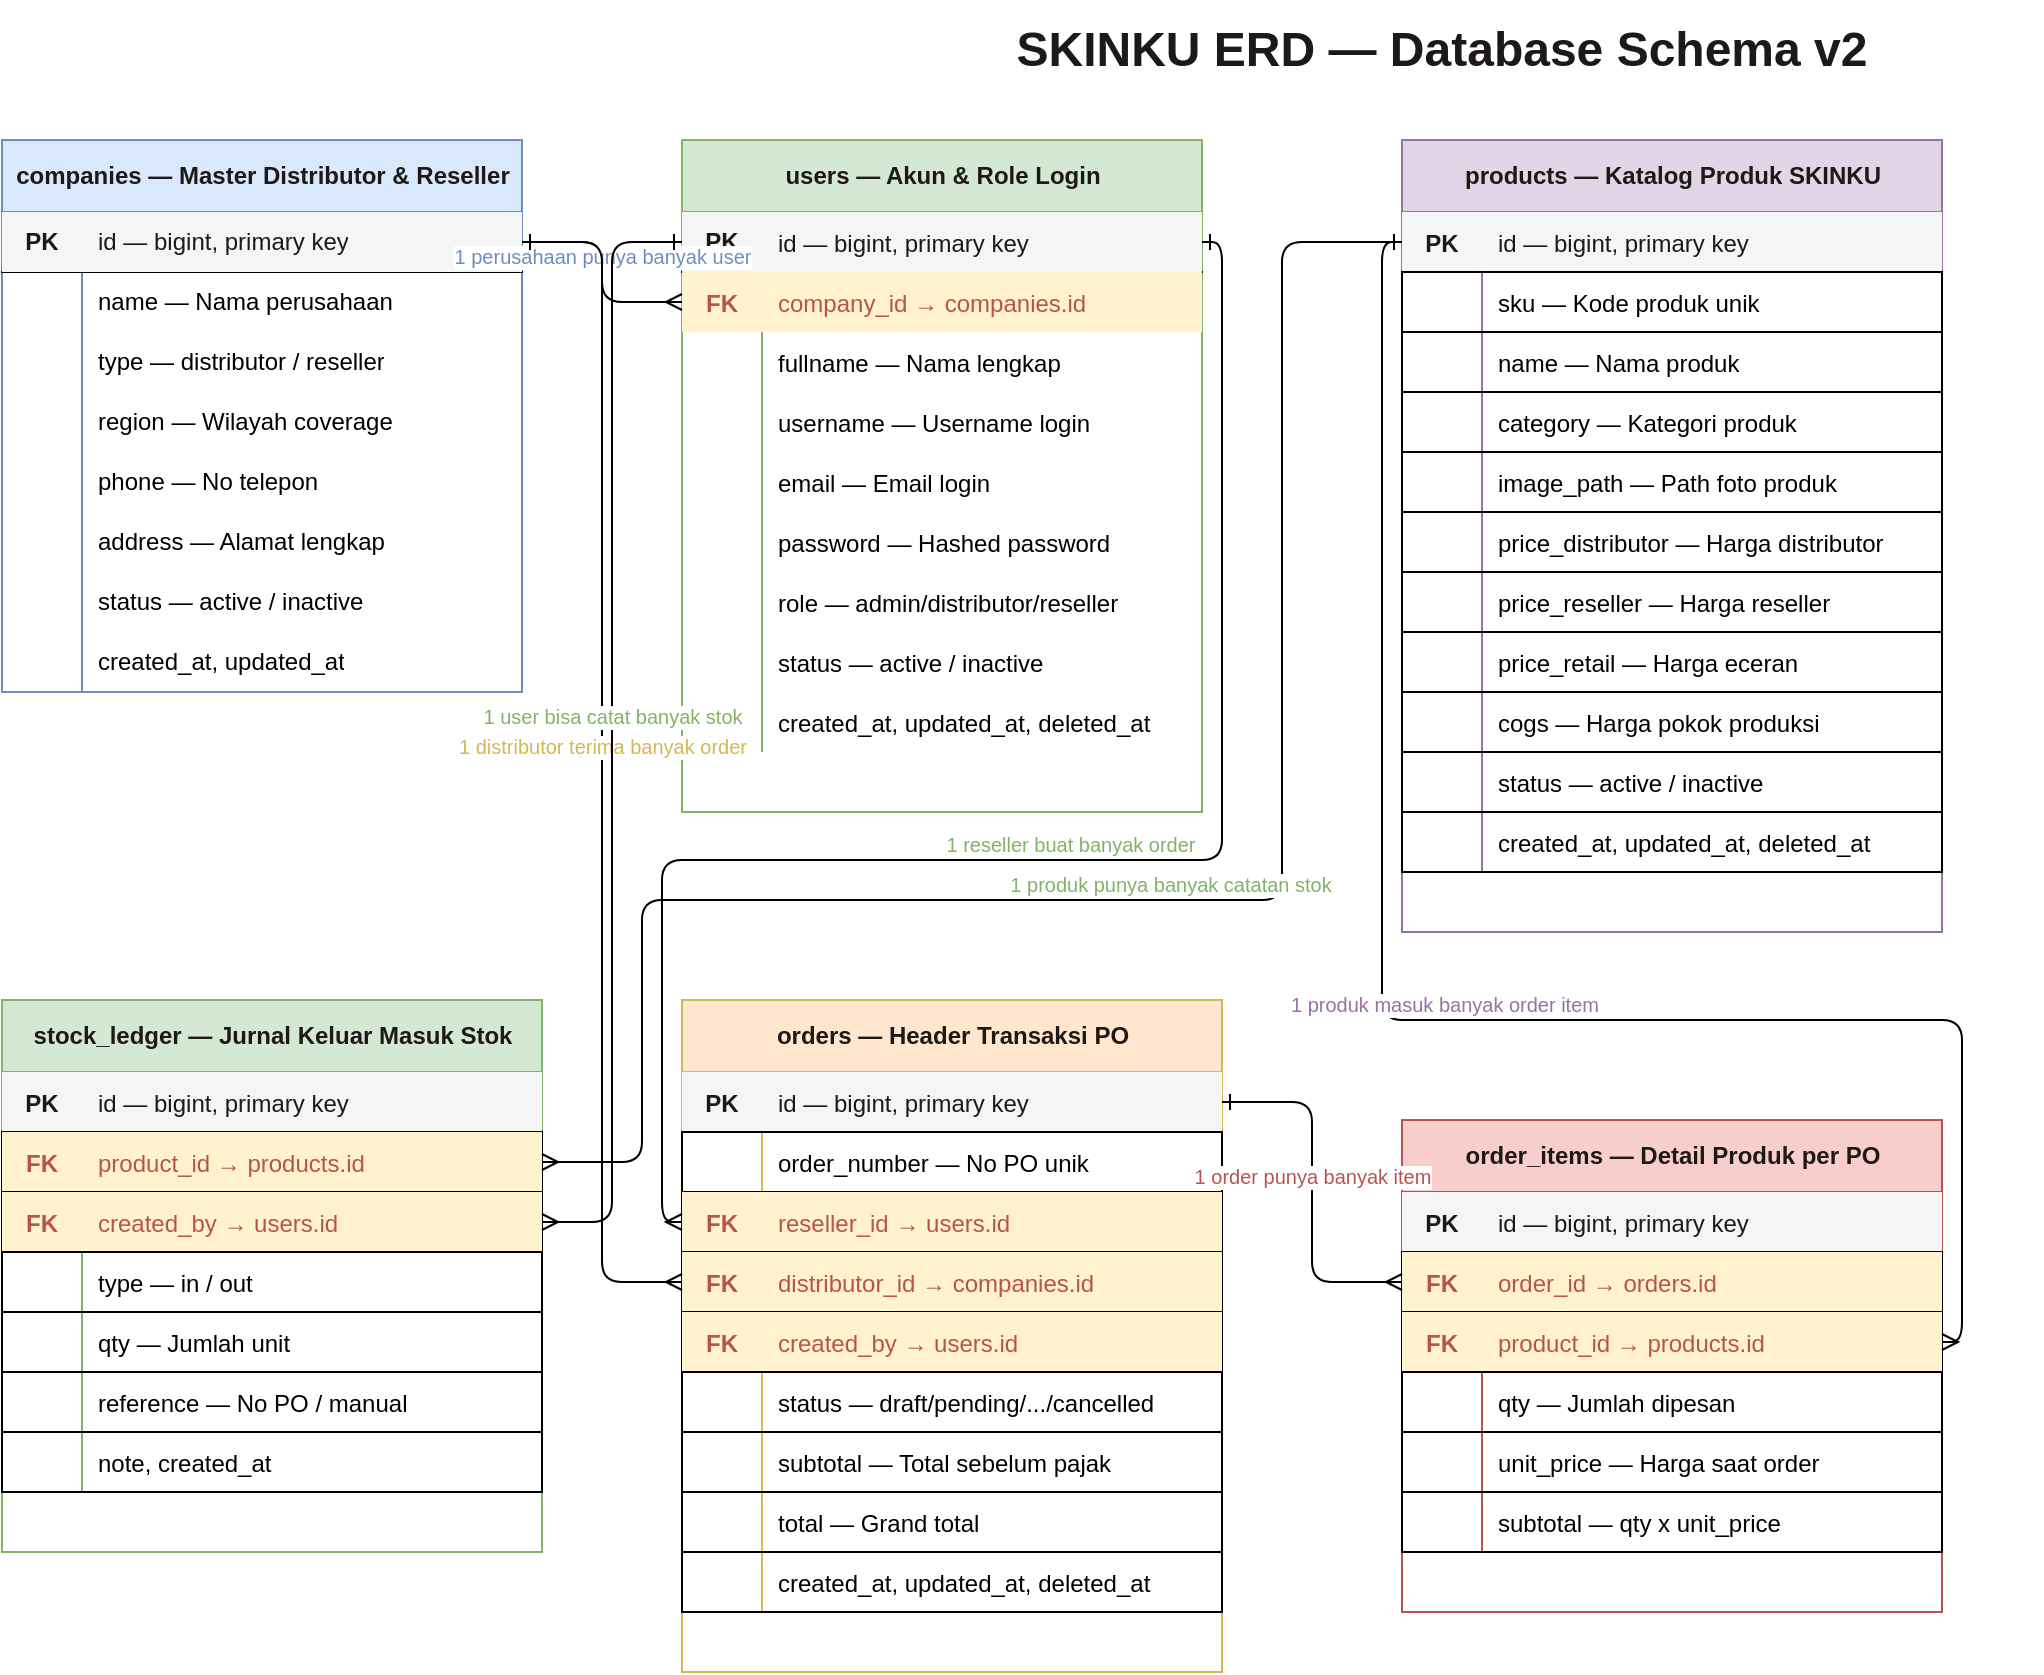
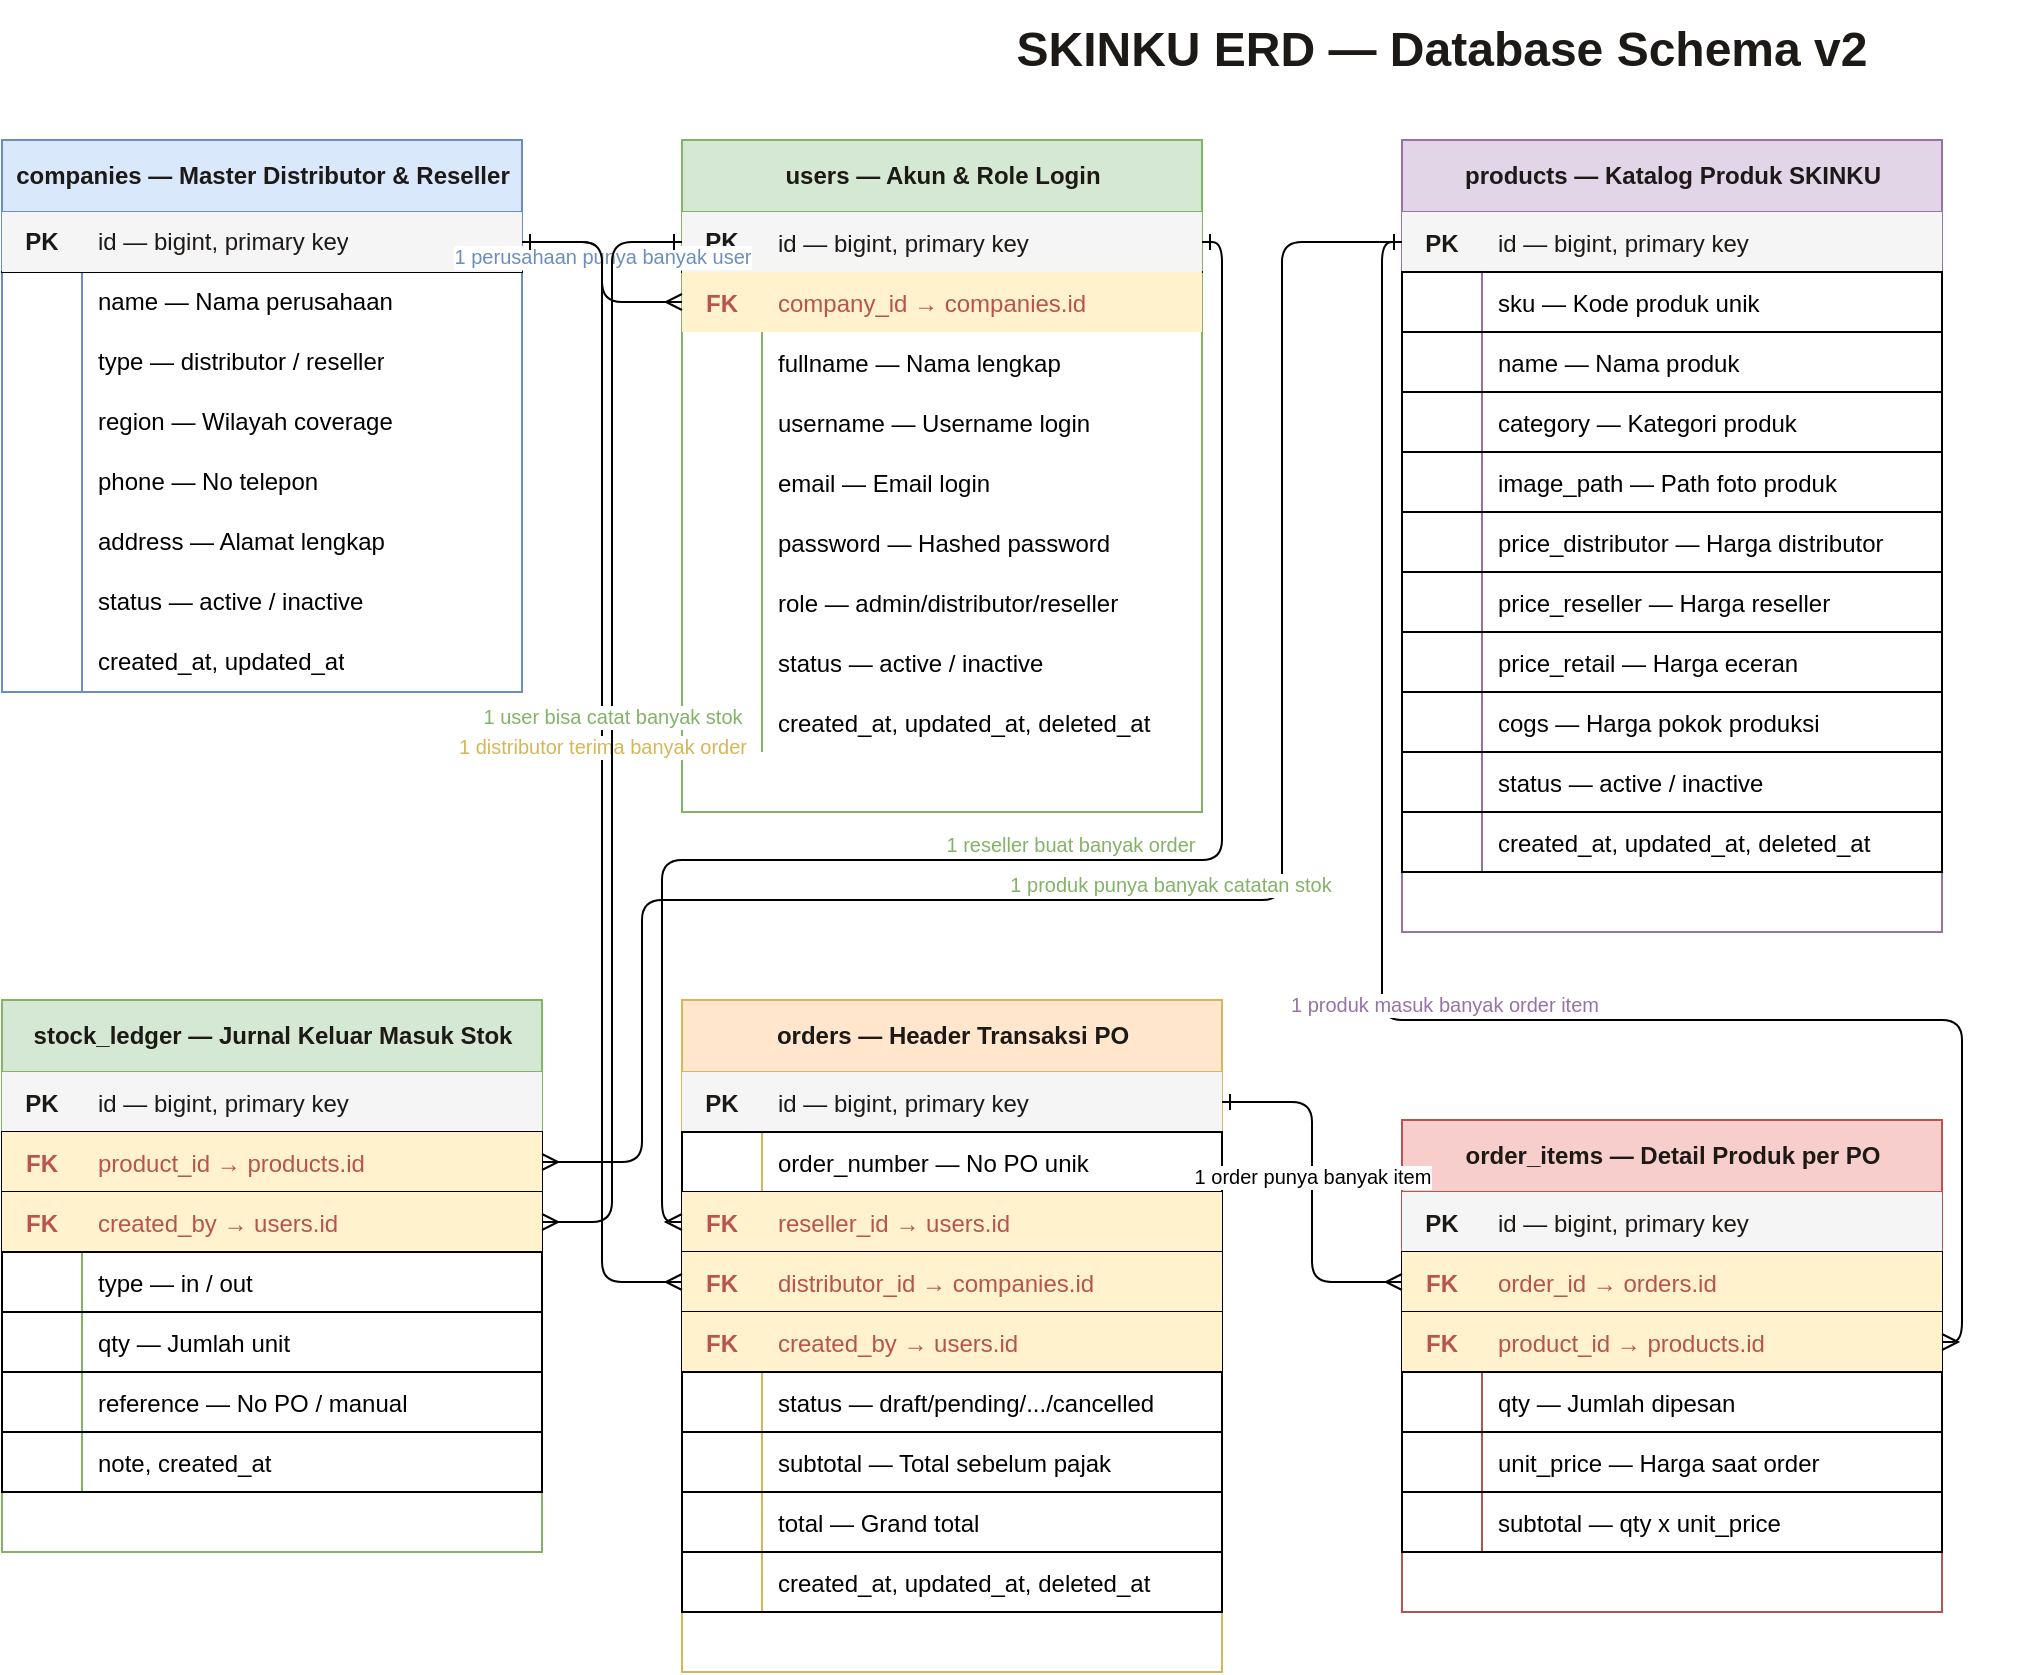
<mxfile host="app.diagrams.net">
  <diagram name="SKINKU ERD v2" id="skinku-erd-v2">
    <mxGraphModel dx="691" dy="351" grid="1" gridSize="10" guides="1" tooltips="1" connect="1" arrows="1" fold="1" page="1" pageScale="1" pageWidth="1654" pageHeight="1169" math="0" shadow="0">
      <root>
        <mxCell id="0" />
        <mxCell id="1" parent="0" />
        <mxCell id="title" parent="1" style="text;html=1;strokeColor=none;fillColor=none;align=center;verticalAlign=middle;whiteSpace=wrap;rounded=0;fontSize=24;fontStyle=1;fontColor=#1C1917;" value="SKINKU ERD — Database Schema v2" vertex="1">
          <mxGeometry height="50" width="600" x="480" y="20" as="geometry" />
        </mxCell>
        <mxCell id="tbl_companies" parent="1" style="shape=table;startSize=36;container=1;collapsible=0;childLayout=tableLayout;fixedRows=1;rowLines=0;fontStyle=1;align=center;resizeLast=1;html=1;fillColor=#dae8fc;strokeColor=#6c8ebf;fontColor=#1C1917;fontSize=12;" value="companies — Master Distributor &amp; Reseller" vertex="1">
          <mxGeometry height="276" width="260" x="60" y="90" as="geometry" />
        </mxCell>
        <mxCell id="companies_id" parent="tbl_companies" style="shape=tableRow;horizontal=0;startSize=0;swimlaneHead=0;swimlaneBody=0;fillColor=#f5f5f5;collapsible=0;dropTarget=0;points=[[0,0.5],[1,0.5]];portConstraint=eastwest;top=0;left=0;right=0;bottom=1;" value="" vertex="1">
          <mxGeometry height="30" width="260" y="36" as="geometry" />
        </mxCell>
        <mxCell id="companies_id_pk" parent="companies_id" style="shape=partialRectangle;connectable=0;fillColor=#f5f5f5;top=0;left=0;bottom=0;right=0;fontStyle=1;overflow=hidden;whiteSpace=wrap;html=1;fontColor=#1C1917;" value="PK" vertex="1">
          <mxGeometry height="30" width="40" as="geometry">
            <mxRectangle height="30" width="40" as="alternateBounds" />
          </mxGeometry>
        </mxCell>
        <mxCell id="companies_id_val" parent="companies_id" style="shape=partialRectangle;connectable=0;fillColor=#f5f5f5;top=0;left=0;bottom=0;right=0;align=left;spacingLeft=6;overflow=hidden;whiteSpace=wrap;html=1;fontColor=#1C1917;" value="id — bigint, primary key" vertex="1">
          <mxGeometry height="30" width="220" x="40" as="geometry">
            <mxRectangle height="30" width="220" as="alternateBounds" />
          </mxGeometry>
        </mxCell>
        <mxCell id="companies_name_row" parent="tbl_companies" style="shape=tableRow;horizontal=0;startSize=0;swimlaneHead=0;swimlaneBody=0;fillColor=none;collapsible=0;dropTarget=0;points=[[0,0.5],[1,0.5]];portConstraint=eastwest;top=0;left=0;right=0;bottom=0;" value="" vertex="1">
          <mxGeometry height="30" width="260" y="66" as="geometry" />
        </mxCell>
        <mxCell id="c1" parent="companies_name_row" style="shape=partialRectangle;connectable=0;fillColor=none;top=0;left=0;bottom=0;right=0;overflow=hidden;" value="" vertex="1">
          <mxGeometry height="30" width="40" as="geometry">
            <mxRectangle height="30" width="40" as="alternateBounds" />
          </mxGeometry>
        </mxCell>
        <mxCell id="c2" parent="companies_name_row" style="shape=partialRectangle;connectable=0;fillColor=none;top=0;left=0;bottom=0;right=0;align=left;spacingLeft=6;overflow=hidden;whiteSpace=wrap;html=1;" value="name — Nama perusahaan" vertex="1">
          <mxGeometry height="30" width="220" x="40" as="geometry">
            <mxRectangle height="30" width="220" as="alternateBounds" />
          </mxGeometry>
        </mxCell>
        <mxCell id="companies_type_row" parent="tbl_companies" style="shape=tableRow;horizontal=0;startSize=0;swimlaneHead=0;swimlaneBody=0;fillColor=none;collapsible=0;dropTarget=0;points=[[0,0.5],[1,0.5]];portConstraint=eastwest;top=0;left=0;right=0;bottom=0;" value="" vertex="1">
          <mxGeometry height="30" width="260" y="96" as="geometry" />
        </mxCell>
        <mxCell id="c3" parent="companies_type_row" style="shape=partialRectangle;connectable=0;fillColor=none;top=0;left=0;bottom=0;right=0;overflow=hidden;" value="" vertex="1">
          <mxGeometry height="30" width="40" as="geometry">
            <mxRectangle height="30" width="40" as="alternateBounds" />
          </mxGeometry>
        </mxCell>
        <mxCell id="c4" parent="companies_type_row" style="shape=partialRectangle;connectable=0;fillColor=none;top=0;left=0;bottom=0;right=0;align=left;spacingLeft=6;overflow=hidden;whiteSpace=wrap;html=1;" value="type — distributor / reseller" vertex="1">
          <mxGeometry height="30" width="220" x="40" as="geometry">
            <mxRectangle height="30" width="220" as="alternateBounds" />
          </mxGeometry>
        </mxCell>
        <mxCell id="companies_region_row" parent="tbl_companies" style="shape=tableRow;horizontal=0;startSize=0;swimlaneHead=0;swimlaneBody=0;fillColor=none;collapsible=0;dropTarget=0;points=[[0,0.5],[1,0.5]];portConstraint=eastwest;top=0;left=0;right=0;bottom=0;" value="" vertex="1">
          <mxGeometry height="30" width="260" y="126" as="geometry" />
        </mxCell>
        <mxCell id="c5" parent="companies_region_row" style="shape=partialRectangle;connectable=0;fillColor=none;top=0;left=0;bottom=0;right=0;overflow=hidden;" value="" vertex="1">
          <mxGeometry height="30" width="40" as="geometry">
            <mxRectangle height="30" width="40" as="alternateBounds" />
          </mxGeometry>
        </mxCell>
        <mxCell id="c6" parent="companies_region_row" style="shape=partialRectangle;connectable=0;fillColor=none;top=0;left=0;bottom=0;right=0;align=left;spacingLeft=6;overflow=hidden;whiteSpace=wrap;html=1;" value="region — Wilayah coverage" vertex="1">
          <mxGeometry height="30" width="220" x="40" as="geometry">
            <mxRectangle height="30" width="220" as="alternateBounds" />
          </mxGeometry>
        </mxCell>
        <mxCell id="companies_phone_row" parent="tbl_companies" style="shape=tableRow;horizontal=0;startSize=0;swimlaneHead=0;swimlaneBody=0;fillColor=none;collapsible=0;dropTarget=0;points=[[0,0.5],[1,0.5]];portConstraint=eastwest;top=0;left=0;right=0;bottom=0;" value="" vertex="1">
          <mxGeometry height="30" width="260" y="156" as="geometry" />
        </mxCell>
        <mxCell id="c7" parent="companies_phone_row" style="shape=partialRectangle;connectable=0;fillColor=none;top=0;left=0;bottom=0;right=0;overflow=hidden;" value="" vertex="1">
          <mxGeometry height="30" width="40" as="geometry">
            <mxRectangle height="30" width="40" as="alternateBounds" />
          </mxGeometry>
        </mxCell>
        <mxCell id="c8" parent="companies_phone_row" style="shape=partialRectangle;connectable=0;fillColor=none;top=0;left=0;bottom=0;right=0;align=left;spacingLeft=6;overflow=hidden;whiteSpace=wrap;html=1;" value="phone — No telepon" vertex="1">
          <mxGeometry height="30" width="220" x="40" as="geometry">
            <mxRectangle height="30" width="220" as="alternateBounds" />
          </mxGeometry>
        </mxCell>
        <mxCell id="companies_address_row" parent="tbl_companies" style="shape=tableRow;horizontal=0;startSize=0;swimlaneHead=0;swimlaneBody=0;fillColor=none;collapsible=0;dropTarget=0;points=[[0,0.5],[1,0.5]];portConstraint=eastwest;top=0;left=0;right=0;bottom=0;" value="" vertex="1">
          <mxGeometry height="30" width="260" y="186" as="geometry" />
        </mxCell>
        <mxCell id="c9" parent="companies_address_row" style="shape=partialRectangle;connectable=0;fillColor=none;top=0;left=0;bottom=0;right=0;overflow=hidden;" value="" vertex="1">
          <mxGeometry height="30" width="40" as="geometry">
            <mxRectangle height="30" width="40" as="alternateBounds" />
          </mxGeometry>
        </mxCell>
        <mxCell id="c10" parent="companies_address_row" style="shape=partialRectangle;connectable=0;fillColor=none;top=0;left=0;bottom=0;right=0;align=left;spacingLeft=6;overflow=hidden;whiteSpace=wrap;html=1;" value="address — Alamat lengkap" vertex="1">
          <mxGeometry height="30" width="220" x="40" as="geometry">
            <mxRectangle height="30" width="220" as="alternateBounds" />
          </mxGeometry>
        </mxCell>
        <mxCell id="companies_status_row" parent="tbl_companies" style="shape=tableRow;horizontal=0;startSize=0;swimlaneHead=0;swimlaneBody=0;fillColor=none;collapsible=0;dropTarget=0;points=[[0,0.5],[1,0.5]];portConstraint=eastwest;top=0;left=0;right=0;bottom=0;" value="" vertex="1">
          <mxGeometry height="30" width="260" y="216" as="geometry" />
        </mxCell>
        <mxCell id="c11" parent="companies_status_row" style="shape=partialRectangle;connectable=0;fillColor=none;top=0;left=0;bottom=0;right=0;overflow=hidden;" value="" vertex="1">
          <mxGeometry height="30" width="40" as="geometry">
            <mxRectangle height="30" width="40" as="alternateBounds" />
          </mxGeometry>
        </mxCell>
        <mxCell id="c12" parent="companies_status_row" style="shape=partialRectangle;connectable=0;fillColor=none;top=0;left=0;bottom=0;right=0;align=left;spacingLeft=6;overflow=hidden;whiteSpace=wrap;html=1;" value="status — active / inactive" vertex="1">
          <mxGeometry height="30" width="220" x="40" as="geometry">
            <mxRectangle height="30" width="220" as="alternateBounds" />
          </mxGeometry>
        </mxCell>
        <mxCell id="companies_ts_row" parent="tbl_companies" style="shape=tableRow;horizontal=0;startSize=0;swimlaneHead=0;swimlaneBody=0;fillColor=none;collapsible=0;dropTarget=0;points=[[0,0.5],[1,0.5]];portConstraint=eastwest;top=0;left=0;right=0;bottom=0;" value="" vertex="1">
          <mxGeometry height="30" width="260" y="246" as="geometry" />
        </mxCell>
        <mxCell id="c13" parent="companies_ts_row" style="shape=partialRectangle;connectable=0;fillColor=none;top=0;left=0;bottom=0;right=0;overflow=hidden;" value="" vertex="1">
          <mxGeometry height="30" width="40" as="geometry">
            <mxRectangle height="30" width="40" as="alternateBounds" />
          </mxGeometry>
        </mxCell>
        <mxCell id="c14" parent="companies_ts_row" style="shape=partialRectangle;connectable=0;fillColor=none;top=0;left=0;bottom=0;right=0;align=left;spacingLeft=6;overflow=hidden;whiteSpace=wrap;html=1;" value="created_at, updated_at" vertex="1">
          <mxGeometry height="30" width="220" x="40" as="geometry">
            <mxRectangle height="30" width="220" as="alternateBounds" />
          </mxGeometry>
        </mxCell>
        <mxCell id="tbl_users" parent="1" style="shape=table;startSize=36;container=1;collapsible=0;childLayout=tableLayout;fixedRows=1;rowLines=0;fontStyle=1;align=center;resizeLast=1;html=1;fillColor=#d5e8d4;strokeColor=#82b366;fontColor=#1C1917;fontSize=12;" value="users — Akun &amp; Role Login" vertex="1">
          <mxGeometry height="336" width="260" x="400" y="90" as="geometry" />
        </mxCell>
        <mxCell id="users_id_row" parent="tbl_users" style="shape=tableRow;horizontal=0;startSize=0;swimlaneHead=0;swimlaneBody=0;fillColor=#f5f5f5;collapsible=0;dropTarget=0;points=[[0,0.5],[1,0.5]];portConstraint=eastwest;top=0;left=0;right=0;bottom=1;" value="" vertex="1">
          <mxGeometry height="30" width="260" y="36" as="geometry" />
        </mxCell>
        <mxCell id="u_pk" parent="users_id_row" style="shape=partialRectangle;connectable=0;fillColor=#f5f5f5;top=0;left=0;bottom=0;right=0;fontStyle=1;overflow=hidden;whiteSpace=wrap;html=1;fontColor=#1C1917;" value="PK" vertex="1">
          <mxGeometry height="30" width="40" as="geometry">
            <mxRectangle height="30" width="40" as="alternateBounds" />
          </mxGeometry>
        </mxCell>
        <mxCell id="u_pk_val" parent="users_id_row" style="shape=partialRectangle;connectable=0;fillColor=#f5f5f5;top=0;left=0;bottom=0;right=0;align=left;spacingLeft=6;overflow=hidden;fontColor=#1C1917;" value="id — bigint, primary key" vertex="1">
          <mxGeometry height="30" width="220" x="40" as="geometry">
            <mxRectangle height="30" width="220" as="alternateBounds" />
          </mxGeometry>
        </mxCell>
        <mxCell id="users_cid_row" parent="tbl_users" style="shape=tableRow;horizontal=0;startSize=0;swimlaneHead=0;swimlaneBody=0;fillColor=#fff2cc;collapsible=0;dropTarget=0;points=[[0,0.5],[1,0.5]];portConstraint=eastwest;top=0;left=0;right=0;bottom=0;" value="" vertex="1">
          <mxGeometry height="30" width="260" y="66" as="geometry" />
        </mxCell>
        <mxCell id="u_fk1" parent="users_cid_row" style="shape=partialRectangle;connectable=0;fillColor=#fff2cc;top=0;left=0;bottom=0;right=0;fontStyle=1;overflow=hidden;fontColor=#b85450;" value="FK" vertex="1">
          <mxGeometry height="30" width="40" as="geometry">
            <mxRectangle height="30" width="40" as="alternateBounds" />
          </mxGeometry>
        </mxCell>
        <mxCell id="u_fk1_val" parent="users_cid_row" style="shape=partialRectangle;connectable=0;fillColor=#fff2cc;top=0;left=0;bottom=0;right=0;align=left;spacingLeft=6;overflow=hidden;fontColor=#b85450;" value="company_id → companies.id" vertex="1">
          <mxGeometry height="30" width="220" x="40" as="geometry">
            <mxRectangle height="30" width="220" as="alternateBounds" />
          </mxGeometry>
        </mxCell>
        <mxCell id="u_fn_row" parent="tbl_users" style="shape=tableRow;horizontal=0;startSize=0;swimlaneHead=0;swimlaneBody=0;fillColor=none;collapsible=0;dropTarget=0;points=[[0,0.5],[1,0.5]];portConstraint=eastwest;top=0;left=0;right=0;bottom=0;" value="" vertex="1">
          <mxGeometry height="30" width="260" y="96" as="geometry" />
        </mxCell>
        <mxCell id="uf1" parent="u_fn_row" style="shape=partialRectangle;connectable=0;fillColor=none;top=0;left=0;bottom=0;right=0;overflow=hidden;" value="" vertex="1">
          <mxGeometry height="30" width="40" as="geometry">
            <mxRectangle height="30" width="40" as="alternateBounds" />
          </mxGeometry>
        </mxCell>
        <mxCell id="uf1_val" parent="u_fn_row" style="shape=partialRectangle;connectable=0;fillColor=none;top=0;left=0;bottom=0;right=0;align=left;spacingLeft=6;overflow=hidden;" value="fullname — Nama lengkap" vertex="1">
          <mxGeometry height="30" width="220" x="40" as="geometry">
            <mxRectangle height="30" width="220" as="alternateBounds" />
          </mxGeometry>
        </mxCell>
        <mxCell id="u_un_row" parent="tbl_users" style="shape=tableRow;horizontal=0;startSize=0;swimlaneHead=0;swimlaneBody=0;fillColor=none;collapsible=0;dropTarget=0;points=[[0,0.5],[1,0.5]];portConstraint=eastwest;top=0;left=0;right=0;bottom=0;" value="" vertex="1">
          <mxGeometry height="30" width="260" y="126" as="geometry" />
        </mxCell>
        <mxCell id="uf2" parent="u_un_row" style="shape=partialRectangle;connectable=0;fillColor=none;top=0;left=0;bottom=0;right=0;overflow=hidden;" value="" vertex="1">
          <mxGeometry height="30" width="40" as="geometry">
            <mxRectangle height="30" width="40" as="alternateBounds" />
          </mxGeometry>
        </mxCell>
        <mxCell id="uf2_val" parent="u_un_row" style="shape=partialRectangle;connectable=0;fillColor=none;top=0;left=0;bottom=0;right=0;align=left;spacingLeft=6;overflow=hidden;" value="username — Username login" vertex="1">
          <mxGeometry height="30" width="220" x="40" as="geometry">
            <mxRectangle height="30" width="220" as="alternateBounds" />
          </mxGeometry>
        </mxCell>
        <mxCell id="u_em_row" parent="tbl_users" style="shape=tableRow;horizontal=0;startSize=0;swimlaneHead=0;swimlaneBody=0;fillColor=none;collapsible=0;dropTarget=0;points=[[0,0.5],[1,0.5]];portConstraint=eastwest;top=0;left=0;right=0;bottom=0;" value="" vertex="1">
          <mxGeometry height="30" width="260" y="156" as="geometry" />
        </mxCell>
        <mxCell id="uf3" parent="u_em_row" style="shape=partialRectangle;connectable=0;fillColor=none;top=0;left=0;bottom=0;right=0;overflow=hidden;" value="" vertex="1">
          <mxGeometry height="30" width="40" as="geometry">
            <mxRectangle height="30" width="40" as="alternateBounds" />
          </mxGeometry>
        </mxCell>
        <mxCell id="uf3_val" parent="u_em_row" style="shape=partialRectangle;connectable=0;fillColor=none;top=0;left=0;bottom=0;right=0;align=left;spacingLeft=6;overflow=hidden;" value="email — Email login" vertex="1">
          <mxGeometry height="30" width="220" x="40" as="geometry">
            <mxRectangle height="30" width="220" as="alternateBounds" />
          </mxGeometry>
        </mxCell>
        <mxCell id="u_pw_row" parent="tbl_users" style="shape=tableRow;horizontal=0;startSize=0;swimlaneHead=0;swimlaneBody=0;fillColor=none;collapsible=0;dropTarget=0;points=[[0,0.5],[1,0.5]];portConstraint=eastwest;top=0;left=0;right=0;bottom=0;" value="" vertex="1">
          <mxGeometry height="30" width="260" y="186" as="geometry" />
        </mxCell>
        <mxCell id="uf4" parent="u_pw_row" style="shape=partialRectangle;connectable=0;fillColor=none;top=0;left=0;bottom=0;right=0;overflow=hidden;" value="" vertex="1">
          <mxGeometry height="30" width="40" as="geometry">
            <mxRectangle height="30" width="40" as="alternateBounds" />
          </mxGeometry>
        </mxCell>
        <mxCell id="uf4_val" parent="u_pw_row" style="shape=partialRectangle;connectable=0;fillColor=none;top=0;left=0;bottom=0;right=0;align=left;spacingLeft=6;overflow=hidden;" value="password — Hashed password" vertex="1">
          <mxGeometry height="30" width="220" x="40" as="geometry">
            <mxRectangle height="30" width="220" as="alternateBounds" />
          </mxGeometry>
        </mxCell>
        <mxCell id="u_role_row" parent="tbl_users" style="shape=tableRow;horizontal=0;startSize=0;swimlaneHead=0;swimlaneBody=0;fillColor=none;collapsible=0;dropTarget=0;points=[[0,0.5],[1,0.5]];portConstraint=eastwest;top=0;left=0;right=0;bottom=0;" value="" vertex="1">
          <mxGeometry height="30" width="260" y="216" as="geometry" />
        </mxCell>
        <mxCell id="uf5" parent="u_role_row" style="shape=partialRectangle;connectable=0;fillColor=none;top=0;left=0;bottom=0;right=0;overflow=hidden;" value="" vertex="1">
          <mxGeometry height="30" width="40" as="geometry">
            <mxRectangle height="30" width="40" as="alternateBounds" />
          </mxGeometry>
        </mxCell>
        <mxCell id="uf5_val" parent="u_role_row" style="shape=partialRectangle;connectable=0;fillColor=none;top=0;left=0;bottom=0;right=0;align=left;spacingLeft=6;overflow=hidden;" value="role — admin/distributor/reseller" vertex="1">
          <mxGeometry height="30" width="220" x="40" as="geometry">
            <mxRectangle height="30" width="220" as="alternateBounds" />
          </mxGeometry>
        </mxCell>
        <mxCell id="u_status_row" parent="tbl_users" style="shape=tableRow;horizontal=0;startSize=0;swimlaneHead=0;swimlaneBody=0;fillColor=none;collapsible=0;dropTarget=0;points=[[0,0.5],[1,0.5]];portConstraint=eastwest;top=0;left=0;right=0;bottom=0;" value="" vertex="1">
          <mxGeometry height="30" width="260" y="246" as="geometry" />
        </mxCell>
        <mxCell id="uf6" parent="u_status_row" style="shape=partialRectangle;connectable=0;fillColor=none;top=0;left=0;bottom=0;right=0;overflow=hidden;" value="" vertex="1">
          <mxGeometry height="30" width="40" as="geometry">
            <mxRectangle height="30" width="40" as="alternateBounds" />
          </mxGeometry>
        </mxCell>
        <mxCell id="uf6_val" parent="u_status_row" style="shape=partialRectangle;connectable=0;fillColor=none;top=0;left=0;bottom=0;right=0;align=left;spacingLeft=6;overflow=hidden;" value="status — active / inactive" vertex="1">
          <mxGeometry height="30" width="220" x="40" as="geometry">
            <mxRectangle height="30" width="220" as="alternateBounds" />
          </mxGeometry>
        </mxCell>
        <mxCell id="u_ts_row" parent="tbl_users" style="shape=tableRow;horizontal=0;startSize=0;swimlaneHead=0;swimlaneBody=0;fillColor=none;collapsible=0;dropTarget=0;points=[[0,0.5],[1,0.5]];portConstraint=eastwest;top=0;left=0;right=0;bottom=0;" value="" vertex="1">
          <mxGeometry height="30" width="260" y="276" as="geometry" />
        </mxCell>
        <mxCell id="uf7" parent="u_ts_row" style="shape=partialRectangle;connectable=0;fillColor=none;top=0;left=0;bottom=0;right=0;overflow=hidden;" value="" vertex="1">
          <mxGeometry height="30" width="40" as="geometry">
            <mxRectangle height="30" width="40" as="alternateBounds" />
          </mxGeometry>
        </mxCell>
        <mxCell id="uf7_val" parent="u_ts_row" style="shape=partialRectangle;connectable=0;fillColor=none;top=0;left=0;bottom=0;right=0;align=left;spacingLeft=6;overflow=hidden;" value="created_at, updated_at, deleted_at" vertex="1">
          <mxGeometry height="30" width="220" x="40" as="geometry">
            <mxRectangle height="30" width="220" as="alternateBounds" />
          </mxGeometry>
        </mxCell>
        <mxCell id="tbl_products" parent="1" style="shape=table;startSize=36;container=1;collapsible=0;childLayout=tableLayout;fixedRows=1;rowLines=0;fontStyle=1;align=center;resizeLast=1;html=1;fillColor=#e1d5e7;strokeColor=#9673a6;fontColor=#1C1917;fontSize=12;" value="products — Katalog Produk SKINKU" vertex="1">
          <mxGeometry height="396" width="270" x="760" y="90" as="geometry" />
        </mxCell>
        <mxCell id="prod_id_row" parent="tbl_products" style="shape=tableRow;horizontal=0;startSize=0;swimlaneHead=0;swimlaneBody=0;fillColor=#f5f5f5;collapsible=0;dropTarget=0;points=[[0,0.5],[1,0.5]];portConstraint=eastwest;top=0;left=0;right=0;bottom=1;" value="" vertex="1">
          <mxGeometry height="30" width="270" y="36" as="geometry" />
        </mxCell>
        <mxCell id="prod_pk" parent="prod_id_row" style="shape=partialRectangle;connectable=0;fillColor=#f5f5f5;top=0;left=0;bottom=0;right=0;fontStyle=1;overflow=hidden;fontColor=#1C1917;" value="PK" vertex="1">
          <mxGeometry height="30" width="40" as="geometry">
            <mxRectangle height="30" width="40" as="alternateBounds" />
          </mxGeometry>
        </mxCell>
        <mxCell id="prod_pk_val" parent="prod_id_row" style="shape=partialRectangle;connectable=0;fillColor=#f5f5f5;top=0;left=0;bottom=0;right=0;align=left;spacingLeft=6;overflow=hidden;fontColor=#1C1917;" value="id — bigint, primary key" vertex="1">
          <mxGeometry height="30" width="230" x="40" as="geometry">
            <mxRectangle height="30" width="230" as="alternateBounds" />
          </mxGeometry>
        </mxCell>
        <mxCell id="pr1" parent="tbl_products" style="shape=tableRow;horizontal=0;startSize=0;swimlaneHead=0;swimlaneBody=0;fillColor=none;collapsible=0;dropTarget=0;points=[[0,0.5],[1,0.5]];portConstraint=eastwest;" value="" vertex="1">
          <mxGeometry height="30" width="270" y="66" as="geometry" />
        </mxCell>
        <mxCell id="pr1a" parent="pr1" style="shape=partialRectangle;connectable=0;fillColor=none;top=0;left=0;bottom=0;right=0;overflow=hidden;" value="" vertex="1">
          <mxGeometry height="30" width="40" as="geometry">
            <mxRectangle height="30" width="40" as="alternateBounds" />
          </mxGeometry>
        </mxCell>
        <mxCell id="pr1b" parent="pr1" style="shape=partialRectangle;connectable=0;fillColor=none;top=0;left=0;bottom=0;right=0;align=left;spacingLeft=6;overflow=hidden;" value="sku — Kode produk unik" vertex="1">
          <mxGeometry height="30" width="230" x="40" as="geometry">
            <mxRectangle height="30" width="230" as="alternateBounds" />
          </mxGeometry>
        </mxCell>
        <mxCell id="pr2" parent="tbl_products" style="shape=tableRow;horizontal=0;startSize=0;swimlaneHead=0;swimlaneBody=0;fillColor=none;collapsible=0;dropTarget=0;points=[[0,0.5],[1,0.5]];portConstraint=eastwest;" value="" vertex="1">
          <mxGeometry height="30" width="270" y="96" as="geometry" />
        </mxCell>
        <mxCell id="pr2a" parent="pr2" style="shape=partialRectangle;connectable=0;fillColor=none;top=0;left=0;bottom=0;right=0;overflow=hidden;" value="" vertex="1">
          <mxGeometry height="30" width="40" as="geometry">
            <mxRectangle height="30" width="40" as="alternateBounds" />
          </mxGeometry>
        </mxCell>
        <mxCell id="pr2b" parent="pr2" style="shape=partialRectangle;connectable=0;fillColor=none;top=0;left=0;bottom=0;right=0;align=left;spacingLeft=6;overflow=hidden;" value="name — Nama produk" vertex="1">
          <mxGeometry height="30" width="230" x="40" as="geometry">
            <mxRectangle height="30" width="230" as="alternateBounds" />
          </mxGeometry>
        </mxCell>
        <mxCell id="pr3" parent="tbl_products" style="shape=tableRow;horizontal=0;startSize=0;swimlaneHead=0;swimlaneBody=0;fillColor=none;collapsible=0;dropTarget=0;points=[[0,0.5],[1,0.5]];portConstraint=eastwest;" value="" vertex="1">
          <mxGeometry height="30" width="270" y="126" as="geometry" />
        </mxCell>
        <mxCell id="pr3a" parent="pr3" style="shape=partialRectangle;connectable=0;fillColor=none;top=0;left=0;bottom=0;right=0;overflow=hidden;" value="" vertex="1">
          <mxGeometry height="30" width="40" as="geometry">
            <mxRectangle height="30" width="40" as="alternateBounds" />
          </mxGeometry>
        </mxCell>
        <mxCell id="pr3b" parent="pr3" style="shape=partialRectangle;connectable=0;fillColor=none;top=0;left=0;bottom=0;right=0;align=left;spacingLeft=6;overflow=hidden;" value="category — Kategori produk" vertex="1">
          <mxGeometry height="30" width="230" x="40" as="geometry">
            <mxRectangle height="30" width="230" as="alternateBounds" />
          </mxGeometry>
        </mxCell>
        <mxCell id="pr4" parent="tbl_products" style="shape=tableRow;horizontal=0;startSize=0;swimlaneHead=0;swimlaneBody=0;fillColor=none;collapsible=0;dropTarget=0;points=[[0,0.5],[1,0.5]];portConstraint=eastwest;" value="" vertex="1">
          <mxGeometry height="30" width="270" y="156" as="geometry" />
        </mxCell>
        <mxCell id="pr4a" parent="pr4" style="shape=partialRectangle;connectable=0;fillColor=none;top=0;left=0;bottom=0;right=0;overflow=hidden;" value="" vertex="1">
          <mxGeometry height="30" width="40" as="geometry">
            <mxRectangle height="30" width="40" as="alternateBounds" />
          </mxGeometry>
        </mxCell>
        <mxCell id="pr4b" parent="pr4" style="shape=partialRectangle;connectable=0;fillColor=none;top=0;left=0;bottom=0;right=0;align=left;spacingLeft=6;overflow=hidden;" value="image_path — Path foto produk" vertex="1">
          <mxGeometry height="30" width="230" x="40" as="geometry">
            <mxRectangle height="30" width="230" as="alternateBounds" />
          </mxGeometry>
        </mxCell>
        <mxCell id="pr5" parent="tbl_products" style="shape=tableRow;horizontal=0;startSize=0;swimlaneHead=0;swimlaneBody=0;fillColor=none;collapsible=0;dropTarget=0;points=[[0,0.5],[1,0.5]];portConstraint=eastwest;" value="" vertex="1">
          <mxGeometry height="30" width="270" y="186" as="geometry" />
        </mxCell>
        <mxCell id="pr5a" parent="pr5" style="shape=partialRectangle;connectable=0;fillColor=none;top=0;left=0;bottom=0;right=0;overflow=hidden;" value="" vertex="1">
          <mxGeometry height="30" width="40" as="geometry">
            <mxRectangle height="30" width="40" as="alternateBounds" />
          </mxGeometry>
        </mxCell>
        <mxCell id="pr5b" parent="pr5" style="shape=partialRectangle;connectable=0;fillColor=none;top=0;left=0;bottom=0;right=0;align=left;spacingLeft=6;overflow=hidden;" value="price_distributor — Harga distributor" vertex="1">
          <mxGeometry height="30" width="230" x="40" as="geometry">
            <mxRectangle height="30" width="230" as="alternateBounds" />
          </mxGeometry>
        </mxCell>
        <mxCell id="pr6" parent="tbl_products" style="shape=tableRow;horizontal=0;startSize=0;swimlaneHead=0;swimlaneBody=0;fillColor=none;collapsible=0;dropTarget=0;points=[[0,0.5],[1,0.5]];portConstraint=eastwest;" value="" vertex="1">
          <mxGeometry height="30" width="270" y="216" as="geometry" />
        </mxCell>
        <mxCell id="pr6a" parent="pr6" style="shape=partialRectangle;connectable=0;fillColor=none;top=0;left=0;bottom=0;right=0;overflow=hidden;" value="" vertex="1">
          <mxGeometry height="30" width="40" as="geometry">
            <mxRectangle height="30" width="40" as="alternateBounds" />
          </mxGeometry>
        </mxCell>
        <mxCell id="pr6b" parent="pr6" style="shape=partialRectangle;connectable=0;fillColor=none;top=0;left=0;bottom=0;right=0;align=left;spacingLeft=6;overflow=hidden;" value="price_reseller — Harga reseller" vertex="1">
          <mxGeometry height="30" width="230" x="40" as="geometry">
            <mxRectangle height="30" width="230" as="alternateBounds" />
          </mxGeometry>
        </mxCell>
        <mxCell id="pr7" parent="tbl_products" style="shape=tableRow;horizontal=0;startSize=0;swimlaneHead=0;swimlaneBody=0;fillColor=none;collapsible=0;dropTarget=0;points=[[0,0.5],[1,0.5]];portConstraint=eastwest;" value="" vertex="1">
          <mxGeometry height="30" width="270" y="246" as="geometry" />
        </mxCell>
        <mxCell id="pr7a" parent="pr7" style="shape=partialRectangle;connectable=0;fillColor=none;top=0;left=0;bottom=0;right=0;overflow=hidden;" value="" vertex="1">
          <mxGeometry height="30" width="40" as="geometry">
            <mxRectangle height="30" width="40" as="alternateBounds" />
          </mxGeometry>
        </mxCell>
        <mxCell id="pr7b" parent="pr7" style="shape=partialRectangle;connectable=0;fillColor=none;top=0;left=0;bottom=0;right=0;align=left;spacingLeft=6;overflow=hidden;" value="price_retail — Harga eceran" vertex="1">
          <mxGeometry height="30" width="230" x="40" as="geometry">
            <mxRectangle height="30" width="230" as="alternateBounds" />
          </mxGeometry>
        </mxCell>
        <mxCell id="pr8" parent="tbl_products" style="shape=tableRow;horizontal=0;startSize=0;swimlaneHead=0;swimlaneBody=0;fillColor=none;collapsible=0;dropTarget=0;points=[[0,0.5],[1,0.5]];portConstraint=eastwest;" value="" vertex="1">
          <mxGeometry height="30" width="270" y="276" as="geometry" />
        </mxCell>
        <mxCell id="pr8a" parent="pr8" style="shape=partialRectangle;connectable=0;fillColor=none;top=0;left=0;bottom=0;right=0;overflow=hidden;" value="" vertex="1">
          <mxGeometry height="30" width="40" as="geometry">
            <mxRectangle height="30" width="40" as="alternateBounds" />
          </mxGeometry>
        </mxCell>
        <mxCell id="pr8b" parent="pr8" style="shape=partialRectangle;connectable=0;fillColor=none;top=0;left=0;bottom=0;right=0;align=left;spacingLeft=6;overflow=hidden;" value="cogs — Harga pokok produksi" vertex="1">
          <mxGeometry height="30" width="230" x="40" as="geometry">
            <mxRectangle height="30" width="230" as="alternateBounds" />
          </mxGeometry>
        </mxCell>
        <mxCell id="pr9" parent="tbl_products" style="shape=tableRow;horizontal=0;startSize=0;swimlaneHead=0;swimlaneBody=0;fillColor=none;collapsible=0;dropTarget=0;points=[[0,0.5],[1,0.5]];portConstraint=eastwest;" value="" vertex="1">
          <mxGeometry height="30" width="270" y="306" as="geometry" />
        </mxCell>
        <mxCell id="pr9a" parent="pr9" style="shape=partialRectangle;connectable=0;fillColor=none;top=0;left=0;bottom=0;right=0;overflow=hidden;" value="" vertex="1">
          <mxGeometry height="30" width="40" as="geometry">
            <mxRectangle height="30" width="40" as="alternateBounds" />
          </mxGeometry>
        </mxCell>
        <mxCell id="pr9b" parent="pr9" style="shape=partialRectangle;connectable=0;fillColor=none;top=0;left=0;bottom=0;right=0;align=left;spacingLeft=6;overflow=hidden;" value="status — active / inactive" vertex="1">
          <mxGeometry height="30" width="230" x="40" as="geometry">
            <mxRectangle height="30" width="230" as="alternateBounds" />
          </mxGeometry>
        </mxCell>
        <mxCell id="pr10" parent="tbl_products" style="shape=tableRow;horizontal=0;startSize=0;swimlaneHead=0;swimlaneBody=0;fillColor=none;collapsible=0;dropTarget=0;points=[[0,0.5],[1,0.5]];portConstraint=eastwest;" value="" vertex="1">
          <mxGeometry height="30" width="270" y="336" as="geometry" />
        </mxCell>
        <mxCell id="pr10a" parent="pr10" style="shape=partialRectangle;connectable=0;fillColor=none;top=0;left=0;bottom=0;right=0;overflow=hidden;" value="" vertex="1">
          <mxGeometry height="30" width="40" as="geometry">
            <mxRectangle height="30" width="40" as="alternateBounds" />
          </mxGeometry>
        </mxCell>
        <mxCell id="pr10b" parent="pr10" style="shape=partialRectangle;connectable=0;fillColor=none;top=0;left=0;bottom=0;right=0;align=left;spacingLeft=6;overflow=hidden;" value="created_at, updated_at, deleted_at" vertex="1">
          <mxGeometry height="30" width="230" x="40" as="geometry">
            <mxRectangle height="30" width="230" as="alternateBounds" />
          </mxGeometry>
        </mxCell>
        <mxCell id="tbl_orders" parent="1" style="shape=table;startSize=36;container=1;collapsible=0;childLayout=tableLayout;fixedRows=1;rowLines=0;fontStyle=1;align=center;resizeLast=1;html=1;fillColor=#ffe6cc;strokeColor=#d6b656;fontColor=#1C1917;fontSize=12;" value="orders — Header Transaksi PO" vertex="1">
          <mxGeometry height="336" width="270" x="400" y="520" as="geometry" />
        </mxCell>
        <mxCell id="ord_id_row" parent="tbl_orders" style="shape=tableRow;horizontal=0;startSize=0;swimlaneHead=0;swimlaneBody=0;fillColor=#f5f5f5;collapsible=0;dropTarget=0;points=[[0,0.5],[1,0.5]];portConstraint=eastwest;top=0;left=0;right=0;bottom=1;" value="" vertex="1">
          <mxGeometry height="30" width="270" y="36" as="geometry" />
        </mxCell>
        <mxCell id="ord_pk" parent="ord_id_row" style="shape=partialRectangle;connectable=0;fillColor=#f5f5f5;top=0;left=0;bottom=0;right=0;fontStyle=1;overflow=hidden;fontColor=#1C1917;" value="PK" vertex="1">
          <mxGeometry height="30" width="40" as="geometry">
            <mxRectangle height="30" width="40" as="alternateBounds" />
          </mxGeometry>
        </mxCell>
        <mxCell id="ord_pk_val" parent="ord_id_row" style="shape=partialRectangle;connectable=0;fillColor=#f5f5f5;top=0;left=0;bottom=0;right=0;align=left;spacingLeft=6;overflow=hidden;fontColor=#1C1917;" value="id — bigint, primary key" vertex="1">
          <mxGeometry height="30" width="230" x="40" as="geometry">
            <mxRectangle height="30" width="230" as="alternateBounds" />
          </mxGeometry>
        </mxCell>
        <mxCell id="ord_on_row" parent="tbl_orders" style="shape=tableRow;horizontal=0;startSize=0;swimlaneHead=0;swimlaneBody=0;fillColor=none;collapsible=0;dropTarget=0;points=[[0,0.5],[1,0.5]];portConstraint=eastwest;" value="" vertex="1">
          <mxGeometry height="30" width="270" y="66" as="geometry" />
        </mxCell>
        <mxCell id="oo1" parent="ord_on_row" style="shape=partialRectangle;connectable=0;fillColor=none;top=0;left=0;bottom=0;right=0;overflow=hidden;" value="" vertex="1">
          <mxGeometry height="30" width="40" as="geometry">
            <mxRectangle height="30" width="40" as="alternateBounds" />
          </mxGeometry>
        </mxCell>
        <mxCell id="oo1b" parent="ord_on_row" style="shape=partialRectangle;connectable=0;fillColor=none;top=0;left=0;bottom=0;right=0;align=left;spacingLeft=6;overflow=hidden;" value="order_number — No PO unik" vertex="1">
          <mxGeometry height="30" width="230" x="40" as="geometry">
            <mxRectangle height="30" width="230" as="alternateBounds" />
          </mxGeometry>
        </mxCell>
        <mxCell id="ord_rid_row" parent="tbl_orders" style="shape=tableRow;horizontal=0;startSize=0;swimlaneHead=0;swimlaneBody=0;fillColor=#fff2cc;collapsible=0;dropTarget=0;points=[[0,0.5],[1,0.5]];portConstraint=eastwest;" value="" vertex="1">
          <mxGeometry height="30" width="270" y="96" as="geometry" />
        </mxCell>
        <mxCell id="ofk1" parent="ord_rid_row" style="shape=partialRectangle;connectable=0;fillColor=#fff2cc;top=0;left=0;bottom=0;right=0;fontStyle=1;overflow=hidden;fontColor=#b85450;" value="FK" vertex="1">
          <mxGeometry height="30" width="40" as="geometry">
            <mxRectangle height="30" width="40" as="alternateBounds" />
          </mxGeometry>
        </mxCell>
        <mxCell id="ofk1b" parent="ord_rid_row" style="shape=partialRectangle;connectable=0;fillColor=#fff2cc;top=0;left=0;bottom=0;right=0;align=left;spacingLeft=6;overflow=hidden;fontColor=#b85450;" value="reseller_id → users.id" vertex="1">
          <mxGeometry height="30" width="230" x="40" as="geometry">
            <mxRectangle height="30" width="230" as="alternateBounds" />
          </mxGeometry>
        </mxCell>
        <mxCell id="ord_did_row" parent="tbl_orders" style="shape=tableRow;horizontal=0;startSize=0;swimlaneHead=0;swimlaneBody=0;fillColor=#fff2cc;collapsible=0;dropTarget=0;points=[[0,0.5],[1,0.5]];portConstraint=eastwest;" value="" vertex="1">
          <mxGeometry height="30" width="270" y="126" as="geometry" />
        </mxCell>
        <mxCell id="ofk2" parent="ord_did_row" style="shape=partialRectangle;connectable=0;fillColor=#fff2cc;top=0;left=0;bottom=0;right=0;fontStyle=1;overflow=hidden;fontColor=#b85450;" value="FK" vertex="1">
          <mxGeometry height="30" width="40" as="geometry">
            <mxRectangle height="30" width="40" as="alternateBounds" />
          </mxGeometry>
        </mxCell>
        <mxCell id="ofk2b" parent="ord_did_row" style="shape=partialRectangle;connectable=0;fillColor=#fff2cc;top=0;left=0;bottom=0;right=0;align=left;spacingLeft=6;overflow=hidden;fontColor=#b85450;" value="distributor_id → companies.id" vertex="1">
          <mxGeometry height="30" width="230" x="40" as="geometry">
            <mxRectangle height="30" width="230" as="alternateBounds" />
          </mxGeometry>
        </mxCell>
        <mxCell id="ord_cb_row" parent="tbl_orders" style="shape=tableRow;horizontal=0;startSize=0;swimlaneHead=0;swimlaneBody=0;fillColor=#fff2cc;collapsible=0;dropTarget=0;points=[[0,0.5],[1,0.5]];portConstraint=eastwest;" value="" vertex="1">
          <mxGeometry height="30" width="270" y="156" as="geometry" />
        </mxCell>
        <mxCell id="ofk3" parent="ord_cb_row" style="shape=partialRectangle;connectable=0;fillColor=#fff2cc;top=0;left=0;bottom=0;right=0;fontStyle=1;overflow=hidden;fontColor=#b85450;" value="FK" vertex="1">
          <mxGeometry height="30" width="40" as="geometry">
            <mxRectangle height="30" width="40" as="alternateBounds" />
          </mxGeometry>
        </mxCell>
        <mxCell id="ofk3b" parent="ord_cb_row" style="shape=partialRectangle;connectable=0;fillColor=#fff2cc;top=0;left=0;bottom=0;right=0;align=left;spacingLeft=6;overflow=hidden;fontColor=#b85450;" value="created_by → users.id" vertex="1">
          <mxGeometry height="30" width="230" x="40" as="geometry">
            <mxRectangle height="30" width="230" as="alternateBounds" />
          </mxGeometry>
        </mxCell>
        <mxCell id="ord_st_row" parent="tbl_orders" style="shape=tableRow;horizontal=0;startSize=0;swimlaneHead=0;swimlaneBody=0;fillColor=none;collapsible=0;dropTarget=0;points=[[0,0.5],[1,0.5]];portConstraint=eastwest;" value="" vertex="1">
          <mxGeometry height="30" width="270" y="186" as="geometry" />
        </mxCell>
        <mxCell id="os1" parent="ord_st_row" style="shape=partialRectangle;connectable=0;fillColor=none;top=0;left=0;bottom=0;right=0;overflow=hidden;" value="" vertex="1">
          <mxGeometry height="30" width="40" as="geometry">
            <mxRectangle height="30" width="40" as="alternateBounds" />
          </mxGeometry>
        </mxCell>
        <mxCell id="os1b" parent="ord_st_row" style="shape=partialRectangle;connectable=0;fillColor=none;top=0;left=0;bottom=0;right=0;align=left;spacingLeft=6;overflow=hidden;" value="status — draft/pending/.../cancelled" vertex="1">
          <mxGeometry height="30" width="230" x="40" as="geometry">
            <mxRectangle height="30" width="230" as="alternateBounds" />
          </mxGeometry>
        </mxCell>
        <mxCell id="ord_sub_row" parent="tbl_orders" style="shape=tableRow;horizontal=0;startSize=0;swimlaneHead=0;swimlaneBody=0;fillColor=none;collapsible=0;dropTarget=0;points=[[0,0.5],[1,0.5]];portConstraint=eastwest;" value="" vertex="1">
          <mxGeometry height="30" width="270" y="216" as="geometry" />
        </mxCell>
        <mxCell id="os2" parent="ord_sub_row" style="shape=partialRectangle;connectable=0;fillColor=none;top=0;left=0;bottom=0;right=0;overflow=hidden;" value="" vertex="1">
          <mxGeometry height="30" width="40" as="geometry">
            <mxRectangle height="30" width="40" as="alternateBounds" />
          </mxGeometry>
        </mxCell>
        <mxCell id="os2b" parent="ord_sub_row" style="shape=partialRectangle;connectable=0;fillColor=none;top=0;left=0;bottom=0;right=0;align=left;spacingLeft=6;overflow=hidden;" value="subtotal — Total sebelum pajak" vertex="1">
          <mxGeometry height="30" width="230" x="40" as="geometry">
            <mxRectangle height="30" width="230" as="alternateBounds" />
          </mxGeometry>
        </mxCell>
        <mxCell id="ord_tot_row" parent="tbl_orders" style="shape=tableRow;horizontal=0;startSize=0;swimlaneHead=0;swimlaneBody=0;fillColor=none;collapsible=0;dropTarget=0;points=[[0,0.5],[1,0.5]];portConstraint=eastwest;" value="" vertex="1">
          <mxGeometry height="30" width="270" y="246" as="geometry" />
        </mxCell>
        <mxCell id="os3" parent="ord_tot_row" style="shape=partialRectangle;connectable=0;fillColor=none;top=0;left=0;bottom=0;right=0;overflow=hidden;" value="" vertex="1">
          <mxGeometry height="30" width="40" as="geometry">
            <mxRectangle height="30" width="40" as="alternateBounds" />
          </mxGeometry>
        </mxCell>
        <mxCell id="os3b" parent="ord_tot_row" style="shape=partialRectangle;connectable=0;fillColor=none;top=0;left=0;bottom=0;right=0;align=left;spacingLeft=6;overflow=hidden;" value="total — Grand total" vertex="1">
          <mxGeometry height="30" width="230" x="40" as="geometry">
            <mxRectangle height="30" width="230" as="alternateBounds" />
          </mxGeometry>
        </mxCell>
        <mxCell id="ord_ts_row" parent="tbl_orders" style="shape=tableRow;horizontal=0;startSize=0;swimlaneHead=0;swimlaneBody=0;fillColor=none;collapsible=0;dropTarget=0;points=[[0,0.5],[1,0.5]];portConstraint=eastwest;" value="" vertex="1">
          <mxGeometry height="30" width="270" y="276" as="geometry" />
        </mxCell>
        <mxCell id="os4" parent="ord_ts_row" style="shape=partialRectangle;connectable=0;fillColor=none;top=0;left=0;bottom=0;right=0;overflow=hidden;" value="" vertex="1">
          <mxGeometry height="30" width="40" as="geometry">
            <mxRectangle height="30" width="40" as="alternateBounds" />
          </mxGeometry>
        </mxCell>
        <mxCell id="os4b" parent="ord_ts_row" style="shape=partialRectangle;connectable=0;fillColor=none;top=0;left=0;bottom=0;right=0;align=left;spacingLeft=6;overflow=hidden;" value="created_at, updated_at, deleted_at" vertex="1">
          <mxGeometry height="30" width="230" x="40" as="geometry">
            <mxRectangle height="30" width="230" as="alternateBounds" />
          </mxGeometry>
        </mxCell>
        <mxCell id="tbl_order_items" parent="1" style="shape=table;startSize=36;container=1;collapsible=0;childLayout=tableLayout;fixedRows=1;rowLines=0;fontStyle=1;align=center;resizeLast=1;html=1;fillColor=#f8cecc;strokeColor=#b85450;fontColor=#1C1917;fontSize=12;" value="order_items — Detail Produk per PO" vertex="1">
          <mxGeometry height="246" width="270" x="760" y="580" as="geometry" />
        </mxCell>
        <mxCell id="oi_id_row" parent="tbl_order_items" style="shape=tableRow;horizontal=0;startSize=0;swimlaneHead=0;swimlaneBody=0;fillColor=#f5f5f5;collapsible=0;dropTarget=0;points=[[0,0.5],[1,0.5]];portConstraint=eastwest;top=0;left=0;right=0;bottom=1;" value="" vertex="1">
          <mxGeometry height="30" width="270" y="36" as="geometry" />
        </mxCell>
        <mxCell id="oi_pk" parent="oi_id_row" style="shape=partialRectangle;connectable=0;fillColor=#f5f5f5;top=0;left=0;bottom=0;right=0;fontStyle=1;overflow=hidden;fontColor=#1C1917;" value="PK" vertex="1">
          <mxGeometry height="30" width="40" as="geometry">
            <mxRectangle height="30" width="40" as="alternateBounds" />
          </mxGeometry>
        </mxCell>
        <mxCell id="oi_pk_val" parent="oi_id_row" style="shape=partialRectangle;connectable=0;fillColor=#f5f5f5;top=0;left=0;bottom=0;right=0;align=left;spacingLeft=6;overflow=hidden;fontColor=#1C1917;" value="id — bigint, primary key" vertex="1">
          <mxGeometry height="30" width="230" x="40" as="geometry">
            <mxRectangle height="30" width="230" as="alternateBounds" />
          </mxGeometry>
        </mxCell>
        <mxCell id="oi_oid_row" parent="tbl_order_items" style="shape=tableRow;horizontal=0;startSize=0;swimlaneHead=0;swimlaneBody=0;fillColor=#fff2cc;collapsible=0;dropTarget=0;points=[[0,0.5],[1,0.5]];portConstraint=eastwest;" value="" vertex="1">
          <mxGeometry height="30" width="270" y="66" as="geometry" />
        </mxCell>
        <mxCell id="oifk1" parent="oi_oid_row" style="shape=partialRectangle;connectable=0;fillColor=#fff2cc;top=0;left=0;bottom=0;right=0;fontStyle=1;overflow=hidden;fontColor=#b85450;" value="FK" vertex="1">
          <mxGeometry height="30" width="40" as="geometry">
            <mxRectangle height="30" width="40" as="alternateBounds" />
          </mxGeometry>
        </mxCell>
        <mxCell id="oifk1b" parent="oi_oid_row" style="shape=partialRectangle;connectable=0;fillColor=#fff2cc;top=0;left=0;bottom=0;right=0;align=left;spacingLeft=6;overflow=hidden;fontColor=#b85450;" value="order_id → orders.id" vertex="1">
          <mxGeometry height="30" width="230" x="40" as="geometry">
            <mxRectangle height="30" width="230" as="alternateBounds" />
          </mxGeometry>
        </mxCell>
        <mxCell id="oi_pid_row" parent="tbl_order_items" style="shape=tableRow;horizontal=0;startSize=0;swimlaneHead=0;swimlaneBody=0;fillColor=#fff2cc;collapsible=0;dropTarget=0;points=[[0,0.5],[1,0.5]];portConstraint=eastwest;" value="" vertex="1">
          <mxGeometry height="30" width="270" y="96" as="geometry" />
        </mxCell>
        <mxCell id="oifk2" parent="oi_pid_row" style="shape=partialRectangle;connectable=0;fillColor=#fff2cc;top=0;left=0;bottom=0;right=0;fontStyle=1;overflow=hidden;fontColor=#b85450;" value="FK" vertex="1">
          <mxGeometry height="30" width="40" as="geometry">
            <mxRectangle height="30" width="40" as="alternateBounds" />
          </mxGeometry>
        </mxCell>
        <mxCell id="oifk2b" parent="oi_pid_row" style="shape=partialRectangle;connectable=0;fillColor=#fff2cc;top=0;left=0;bottom=0;right=0;align=left;spacingLeft=6;overflow=hidden;fontColor=#b85450;" value="product_id → products.id" vertex="1">
          <mxGeometry height="30" width="230" x="40" as="geometry">
            <mxRectangle height="30" width="230" as="alternateBounds" />
          </mxGeometry>
        </mxCell>
        <mxCell id="oi_qty_row" parent="tbl_order_items" style="shape=tableRow;horizontal=0;startSize=0;swimlaneHead=0;swimlaneBody=0;fillColor=none;collapsible=0;dropTarget=0;points=[[0,0.5],[1,0.5]];portConstraint=eastwest;" value="" vertex="1">
          <mxGeometry height="30" width="270" y="126" as="geometry" />
        </mxCell>
        <mxCell id="oiq1" parent="oi_qty_row" style="shape=partialRectangle;connectable=0;fillColor=none;top=0;left=0;bottom=0;right=0;overflow=hidden;" value="" vertex="1">
          <mxGeometry height="30" width="40" as="geometry">
            <mxRectangle height="30" width="40" as="alternateBounds" />
          </mxGeometry>
        </mxCell>
        <mxCell id="oiq1b" parent="oi_qty_row" style="shape=partialRectangle;connectable=0;fillColor=none;top=0;left=0;bottom=0;right=0;align=left;spacingLeft=6;overflow=hidden;" value="qty — Jumlah dipesan" vertex="1">
          <mxGeometry height="30" width="230" x="40" as="geometry">
            <mxRectangle height="30" width="230" as="alternateBounds" />
          </mxGeometry>
        </mxCell>
        <mxCell id="oi_up_row" parent="tbl_order_items" style="shape=tableRow;horizontal=0;startSize=0;swimlaneHead=0;swimlaneBody=0;fillColor=none;collapsible=0;dropTarget=0;points=[[0,0.5],[1,0.5]];portConstraint=eastwest;" value="" vertex="1">
          <mxGeometry height="30" width="270" y="156" as="geometry" />
        </mxCell>
        <mxCell id="oiq2" parent="oi_up_row" style="shape=partialRectangle;connectable=0;fillColor=none;top=0;left=0;bottom=0;right=0;overflow=hidden;" value="" vertex="1">
          <mxGeometry height="30" width="40" as="geometry">
            <mxRectangle height="30" width="40" as="alternateBounds" />
          </mxGeometry>
        </mxCell>
        <mxCell id="oiq2b" parent="oi_up_row" style="shape=partialRectangle;connectable=0;fillColor=none;top=0;left=0;bottom=0;right=0;align=left;spacingLeft=6;overflow=hidden;" value="unit_price — Harga saat order" vertex="1">
          <mxGeometry height="30" width="230" x="40" as="geometry">
            <mxRectangle height="30" width="230" as="alternateBounds" />
          </mxGeometry>
        </mxCell>
        <mxCell id="oi_sub_row" parent="tbl_order_items" style="shape=tableRow;horizontal=0;startSize=0;swimlaneHead=0;swimlaneBody=0;fillColor=none;collapsible=0;dropTarget=0;points=[[0,0.5],[1,0.5]];portConstraint=eastwest;" value="" vertex="1">
          <mxGeometry height="30" width="270" y="186" as="geometry" />
        </mxCell>
        <mxCell id="oiq3" parent="oi_sub_row" style="shape=partialRectangle;connectable=0;fillColor=none;top=0;left=0;bottom=0;right=0;overflow=hidden;" value="" vertex="1">
          <mxGeometry height="30" width="40" as="geometry">
            <mxRectangle height="30" width="40" as="alternateBounds" />
          </mxGeometry>
        </mxCell>
        <mxCell id="oiq3b" parent="oi_sub_row" style="shape=partialRectangle;connectable=0;fillColor=none;top=0;left=0;bottom=0;right=0;align=left;spacingLeft=6;overflow=hidden;" value="subtotal — qty x unit_price" vertex="1">
          <mxGeometry height="30" width="230" x="40" as="geometry">
            <mxRectangle height="30" width="230" as="alternateBounds" />
          </mxGeometry>
        </mxCell>
        <mxCell id="tbl_stock_ledger" parent="1" style="shape=table;startSize=36;container=1;collapsible=0;childLayout=tableLayout;fixedRows=1;rowLines=0;fontStyle=1;align=center;resizeLast=1;html=1;fillColor=#d5e8d4;strokeColor=#82b366;fontColor=#1C1917;fontSize=12;" value="stock_ledger — Jurnal Keluar Masuk Stok" vertex="1">
          <mxGeometry height="276" width="270" x="60" y="520" as="geometry" />
        </mxCell>
        <mxCell id="sl_id_row" parent="tbl_stock_ledger" style="shape=tableRow;horizontal=0;startSize=0;swimlaneHead=0;swimlaneBody=0;fillColor=#f5f5f5;collapsible=0;dropTarget=0;points=[[0,0.5],[1,0.5]];portConstraint=eastwest;top=0;left=0;right=0;bottom=1;" value="" vertex="1">
          <mxGeometry height="30" width="270" y="36" as="geometry" />
        </mxCell>
        <mxCell id="sl_pk" parent="sl_id_row" style="shape=partialRectangle;connectable=0;fillColor=#f5f5f5;top=0;left=0;bottom=0;right=0;fontStyle=1;overflow=hidden;fontColor=#1C1917;" value="PK" vertex="1">
          <mxGeometry height="30" width="40" as="geometry">
            <mxRectangle height="30" width="40" as="alternateBounds" />
          </mxGeometry>
        </mxCell>
        <mxCell id="sl_pk_val" parent="sl_id_row" style="shape=partialRectangle;connectable=0;fillColor=#f5f5f5;top=0;left=0;bottom=0;right=0;align=left;spacingLeft=6;overflow=hidden;fontColor=#1C1917;" value="id — bigint, primary key" vertex="1">
          <mxGeometry height="30" width="230" x="40" as="geometry">
            <mxRectangle height="30" width="230" as="alternateBounds" />
          </mxGeometry>
        </mxCell>
        <mxCell id="sl_pid_row" parent="tbl_stock_ledger" style="shape=tableRow;horizontal=0;startSize=0;swimlaneHead=0;swimlaneBody=0;fillColor=#fff2cc;collapsible=0;dropTarget=0;points=[[0,0.5],[1,0.5]];portConstraint=eastwest;" value="" vertex="1">
          <mxGeometry height="30" width="270" y="66" as="geometry" />
        </mxCell>
        <mxCell id="slfk1" parent="sl_pid_row" style="shape=partialRectangle;connectable=0;fillColor=#fff2cc;top=0;left=0;bottom=0;right=0;fontStyle=1;overflow=hidden;fontColor=#b85450;" value="FK" vertex="1">
          <mxGeometry height="30" width="40" as="geometry">
            <mxRectangle height="30" width="40" as="alternateBounds" />
          </mxGeometry>
        </mxCell>
        <mxCell id="slfk1b" parent="sl_pid_row" style="shape=partialRectangle;connectable=0;fillColor=#fff2cc;top=0;left=0;bottom=0;right=0;align=left;spacingLeft=6;overflow=hidden;fontColor=#b85450;" value="product_id → products.id" vertex="1">
          <mxGeometry height="30" width="230" x="40" as="geometry">
            <mxRectangle height="30" width="230" as="alternateBounds" />
          </mxGeometry>
        </mxCell>
        <mxCell id="sl_cb_row" parent="tbl_stock_ledger" style="shape=tableRow;horizontal=0;startSize=0;swimlaneHead=0;swimlaneBody=0;fillColor=#fff2cc;collapsible=0;dropTarget=0;points=[[0,0.5],[1,0.5]];portConstraint=eastwest;" value="" vertex="1">
          <mxGeometry height="30" width="270" y="96" as="geometry" />
        </mxCell>
        <mxCell id="slfk2" parent="sl_cb_row" style="shape=partialRectangle;connectable=0;fillColor=#fff2cc;top=0;left=0;bottom=0;right=0;fontStyle=1;overflow=hidden;fontColor=#b85450;" value="FK" vertex="1">
          <mxGeometry height="30" width="40" as="geometry">
            <mxRectangle height="30" width="40" as="alternateBounds" />
          </mxGeometry>
        </mxCell>
        <mxCell id="slfk2b" parent="sl_cb_row" style="shape=partialRectangle;connectable=0;fillColor=#fff2cc;top=0;left=0;bottom=0;right=0;align=left;spacingLeft=6;overflow=hidden;fontColor=#b85450;" value="created_by → users.id" vertex="1">
          <mxGeometry height="30" width="230" x="40" as="geometry">
            <mxRectangle height="30" width="230" as="alternateBounds" />
          </mxGeometry>
        </mxCell>
        <mxCell id="sl_tp_row" parent="tbl_stock_ledger" style="shape=tableRow;horizontal=0;startSize=0;swimlaneHead=0;swimlaneBody=0;fillColor=none;collapsible=0;dropTarget=0;points=[[0,0.5],[1,0.5]];portConstraint=eastwest;" value="" vertex="1">
          <mxGeometry height="30" width="270" y="126" as="geometry" />
        </mxCell>
        <mxCell id="sl1" parent="sl_tp_row" style="shape=partialRectangle;connectable=0;fillColor=none;top=0;left=0;bottom=0;right=0;overflow=hidden;" value="" vertex="1">
          <mxGeometry height="30" width="40" as="geometry">
            <mxRectangle height="30" width="40" as="alternateBounds" />
          </mxGeometry>
        </mxCell>
        <mxCell id="sl1b" parent="sl_tp_row" style="shape=partialRectangle;connectable=0;fillColor=none;top=0;left=0;bottom=0;right=0;align=left;spacingLeft=6;overflow=hidden;" value="type — in / out" vertex="1">
          <mxGeometry height="30" width="230" x="40" as="geometry">
            <mxRectangle height="30" width="230" as="alternateBounds" />
          </mxGeometry>
        </mxCell>
        <mxCell id="sl_qty_row" parent="tbl_stock_ledger" style="shape=tableRow;horizontal=0;startSize=0;swimlaneHead=0;swimlaneBody=0;fillColor=none;collapsible=0;dropTarget=0;points=[[0,0.5],[1,0.5]];portConstraint=eastwest;" value="" vertex="1">
          <mxGeometry height="30" width="270" y="156" as="geometry" />
        </mxCell>
        <mxCell id="sl2" parent="sl_qty_row" style="shape=partialRectangle;connectable=0;fillColor=none;top=0;left=0;bottom=0;right=0;overflow=hidden;" value="" vertex="1">
          <mxGeometry height="30" width="40" as="geometry">
            <mxRectangle height="30" width="40" as="alternateBounds" />
          </mxGeometry>
        </mxCell>
        <mxCell id="sl2b" parent="sl_qty_row" style="shape=partialRectangle;connectable=0;fillColor=none;top=0;left=0;bottom=0;right=0;align=left;spacingLeft=6;overflow=hidden;" value="qty — Jumlah unit" vertex="1">
          <mxGeometry height="30" width="230" x="40" as="geometry">
            <mxRectangle height="30" width="230" as="alternateBounds" />
          </mxGeometry>
        </mxCell>
        <mxCell id="sl_ref_row" parent="tbl_stock_ledger" style="shape=tableRow;horizontal=0;startSize=0;swimlaneHead=0;swimlaneBody=0;fillColor=none;collapsible=0;dropTarget=0;points=[[0,0.5],[1,0.5]];portConstraint=eastwest;" value="" vertex="1">
          <mxGeometry height="30" width="270" y="186" as="geometry" />
        </mxCell>
        <mxCell id="sl3" parent="sl_ref_row" style="shape=partialRectangle;connectable=0;fillColor=none;top=0;left=0;bottom=0;right=0;overflow=hidden;" value="" vertex="1">
          <mxGeometry height="30" width="40" as="geometry">
            <mxRectangle height="30" width="40" as="alternateBounds" />
          </mxGeometry>
        </mxCell>
        <mxCell id="sl3b" parent="sl_ref_row" style="shape=partialRectangle;connectable=0;fillColor=none;top=0;left=0;bottom=0;right=0;align=left;spacingLeft=6;overflow=hidden;" value="reference — No PO / manual" vertex="1">
          <mxGeometry height="30" width="230" x="40" as="geometry">
            <mxRectangle height="30" width="230" as="alternateBounds" />
          </mxGeometry>
        </mxCell>
        <mxCell id="sl_ts_row" parent="tbl_stock_ledger" style="shape=tableRow;horizontal=0;startSize=0;swimlaneHead=0;swimlaneBody=0;fillColor=none;collapsible=0;dropTarget=0;points=[[0,0.5],[1,0.5]];portConstraint=eastwest;" value="" vertex="1">
          <mxGeometry height="30" width="270" y="216" as="geometry" />
        </mxCell>
        <mxCell id="sl4" parent="sl_ts_row" style="shape=partialRectangle;connectable=0;fillColor=none;top=0;left=0;bottom=0;right=0;overflow=hidden;" value="" vertex="1">
          <mxGeometry height="30" width="40" as="geometry">
            <mxRectangle height="30" width="40" as="alternateBounds" />
          </mxGeometry>
        </mxCell>
        <mxCell id="sl4b" parent="sl_ts_row" style="shape=partialRectangle;connectable=0;fillColor=none;top=0;left=0;bottom=0;right=0;align=left;spacingLeft=6;overflow=hidden;" value="note, created_at" vertex="1">
          <mxGeometry height="30" width="230" x="40" as="geometry">
            <mxRectangle height="30" width="230" as="alternateBounds" />
          </mxGeometry>
        </mxCell>
        <mxCell id="rel1" edge="1" parent="1" source="companies_id" style="edgeStyle=orthogonalEdgeStyle;endArrow=ERmany;startArrow=ERone;exitX=1;exitY=0.5;entryX=0;entryY=0.5;html=1;" target="users_cid_row">
          <mxGeometry relative="1" as="geometry" />
        </mxCell>
        <mxCell id="rel1_lbl" connectable="0" parent="rel1" style="edgeLabel;html=1;align=center;verticalAlign=bottom;resizable=0;points=[];fontSize=10;fontColor=#6c8ebf;" value="1 perusahaan punya banyak user" vertex="1">
          <mxGeometry relative="0.5" as="geometry" />
        </mxCell>
        <mxCell id="rel2" edge="1" parent="1" source="companies_id" style="edgeStyle=orthogonalEdgeStyle;endArrow=ERmany;startArrow=ERone;exitX=1;exitY=0.5;entryX=0;entryY=0.5;html=1;" target="ord_did_row">
          <mxGeometry relative="1" as="geometry" />
        </mxCell>
        <mxCell id="rel2_lbl" connectable="0" parent="rel2" style="edgeLabel;html=1;align=center;verticalAlign=bottom;resizable=0;points=[];fontSize=10;fontColor=#d6b656;" value="1 distributor terima banyak order" vertex="1">
          <mxGeometry relative="0.5" as="geometry" />
        </mxCell>
        <mxCell id="rel3" edge="1" parent="1" source="users_id_row" style="edgeStyle=orthogonalEdgeStyle;endArrow=ERmany;startArrow=ERone;exitX=1;exitY=0.5;entryX=0;entryY=0.5;html=1;" target="ord_rid_row">
          <mxGeometry relative="1" as="geometry">
            <Array as="points">
              <mxPoint x="670" y="141" />
              <mxPoint x="670" y="450" />
              <mxPoint x="390" y="450" />
              <mxPoint x="390" y="631" />
            </Array>
          </mxGeometry>
        </mxCell>
        <mxCell id="rel3_lbl" connectable="0" parent="rel3" style="edgeLabel;html=1;align=center;verticalAlign=bottom;resizable=0;points=[];fontSize=10;fontColor=#82b366;" value="1 reseller buat banyak order" vertex="1">
          <mxGeometry relative="0.5" as="geometry" />
        </mxCell>
        <mxCell id="rel4" edge="1" parent="1" source="ord_id_row" style="edgeStyle=orthogonalEdgeStyle;endArrow=ERmany;startArrow=ERone;exitX=1;exitY=0.5;entryX=0;entryY=0.5;html=1;" target="oi_oid_row">
          <mxGeometry relative="1" as="geometry" />
        </mxCell>
-         <mxCell id="rel4_lbl" connectable="0" parent="rel4" style="edgeLabel;html=1;align=center;verticalAlign=bottom;resizable=0;points=[];fontSize=10;fontColor=#b85450;" value="1 order punya banyak item" vertex="1">
+         <mxCell id="rel4_lbl" connectable="0" parent="rel4" style="edgeLabel;html=1;align=center;verticalAlign=bottom;resizable=0;points=[];fontSize=10;" value="1 order punya banyak item" vertex="1">
          <mxGeometry relative="0.5" as="geometry" />
        </mxCell>
        <mxCell id="rel5" edge="1" parent="1" source="prod_id_row" style="edgeStyle=orthogonalEdgeStyle;endArrow=ERmany;startArrow=ERone;exitX=0;exitY=0.5;entryX=1;entryY=0.5;html=1;" target="oi_pid_row">
          <mxGeometry relative="1" as="geometry">
            <Array as="points">
              <mxPoint x="750" y="141" />
              <mxPoint x="750" y="530" />
              <mxPoint x="1040" y="530" />
              <mxPoint x="1040" y="691" />
            </Array>
          </mxGeometry>
        </mxCell>
        <mxCell id="rel5_lbl" connectable="0" parent="rel5" style="edgeLabel;html=1;align=center;verticalAlign=bottom;resizable=0;points=[];fontSize=10;fontColor=#9673a6;" value="1 produk masuk banyak order item" vertex="1">
          <mxGeometry relative="0.5" as="geometry" />
        </mxCell>
        <mxCell id="rel6" edge="1" parent="1" source="prod_id_row" style="edgeStyle=orthogonalEdgeStyle;endArrow=ERmany;startArrow=ERone;exitX=0;exitY=0.5;entryX=1;entryY=0.5;html=1;" target="sl_pid_row">
          <mxGeometry relative="1" as="geometry">
            <Array as="points">
              <mxPoint x="700" y="141" />
              <mxPoint x="700" y="470" />
              <mxPoint x="380" y="470" />
              <mxPoint x="380" y="601" />
            </Array>
          </mxGeometry>
        </mxCell>
        <mxCell id="rel6_lbl" connectable="0" parent="rel6" style="edgeLabel;html=1;align=center;verticalAlign=bottom;resizable=0;points=[];fontSize=10;fontColor=#82b366;" value="1 produk punya banyak catatan stok" vertex="1">
          <mxGeometry relative="0.5" as="geometry" />
        </mxCell>
        <mxCell id="rel7" edge="1" parent="1" source="users_id_row" style="edgeStyle=orthogonalEdgeStyle;endArrow=ERmany;startArrow=ERone;exitX=0;exitY=0.5;entryX=1;entryY=0.5;html=1;" target="sl_cb_row">
          <mxGeometry relative="1" as="geometry" />
        </mxCell>
        <mxCell id="rel7_lbl" connectable="0" parent="rel7" style="edgeLabel;html=1;align=center;verticalAlign=bottom;resizable=0;points=[];fontSize=10;fontColor=#82b366;" value="1 user bisa catat banyak stok" vertex="1">
          <mxGeometry relative="0.5" as="geometry" />
        </mxCell>
      </root>
    </mxGraphModel>
  </diagram>
</mxfile>
